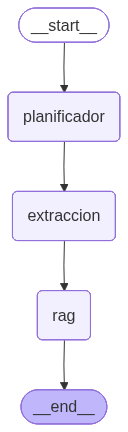
Above: docs/grafo_sprint1.png in NicolasPzL/Agente-de-Gobierno (Mermaid), before the change. Its source is kept beside it as docs/grafo_sprint1.mmd.
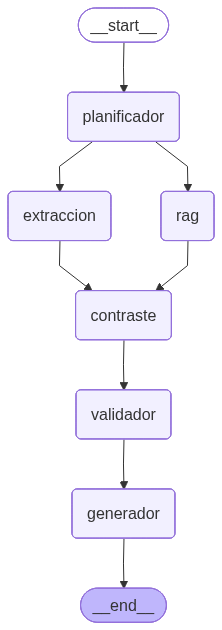
After the commit.

Diff of the diagram source:
```diff
@@ -8,11 +8,18 @@
 	planificador(planificador)
 	extraccion(extraccion)
 	rag(rag)
+	contraste(contraste)
+	validador(validador)
+	generador(generador)
 	__end__([<p>__end__</p>]):::last
 	__start__ --> planificador;
-	extraccion --> rag;
+	contraste --> validador;
+	extraccion --> contraste;
 	planificador --> extraccion;
-	rag --> __end__;
+	planificador --> rag;
+	rag --> contraste;
+	validador --> generador;
+	generador --> __end__;
 	classDef default fill:#f2f0ff,line-height:1.2
 	classDef first fill-opacity:0
 	classDef last fill:#bfb6fc
```
